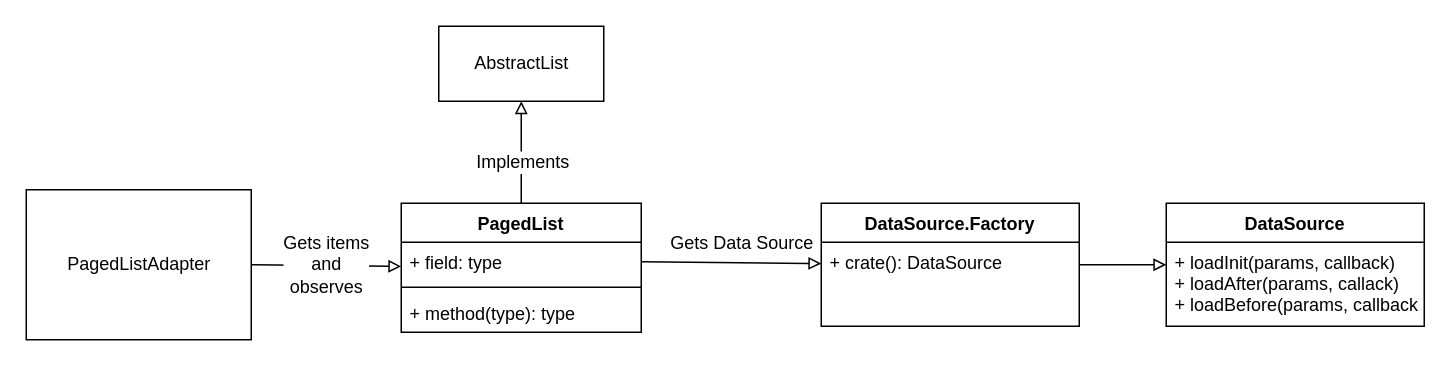
VysotskiVadim/VysotskiVadim.blog keeps this draw.io diagram as _diagrams/jetpack-paging-architecture.drawio. Above is the earlier version. Source tidied: cells renumbered, new cells numbered last; positions are measured from the earlier drawing's top-left corner, leaving out a move shared by most shapes. Both pictures are drawn from the tidied source at 150%, with x=0, y=0 at pixel (26, 26).
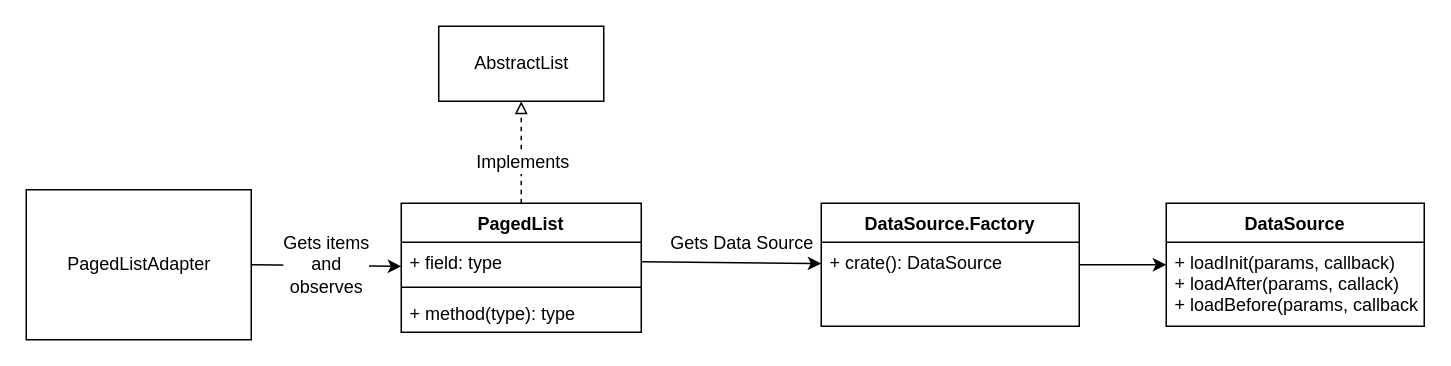
Above is the later version.

Unchanged cells that the change refers to:
```xml
<mxCell id="2" value="DataSource" style="swimlane;fontStyle=1;align=center;verticalAlign=top;horizontal=1;startSize=26;" parent="1" vertex="1">
  <mxGeometry x="760" y="118" width="172" height="82" as="geometry" />
</mxCell>
<mxCell id="4" value="DataSource.Factory" style="swimlane;fontStyle=1;align=center;verticalAlign=top;horizontal=1;startSize=26;" parent="1" vertex="1">
  <mxGeometry x="530" y="118" width="172" height="82" as="geometry" />
</mxCell>
<mxCell id="8" value="PagedList" style="swimlane;fontStyle=1;align=center;verticalAlign=top;horizontal=1;startSize=26;" parent="1" vertex="1">
  <mxGeometry x="250" y="118" width="160" height="86" as="geometry" />
</mxCell>
<mxCell id="9" value="+ field: type" style="text;strokeColor=none;fillColor=none;align=left;verticalAlign=top;spacingLeft=4;spacingRight=4;overflow=hidden;points=[[0,0.5],[1,0.5]];portConstraint=eastwest;" parent="8" vertex="1">
  <mxGeometry y="26" width="160" height="26" as="geometry" />
</mxCell>
<mxCell id="12" value="AbstractList" style="html=1;" parent="1" vertex="1">
  <mxGeometry x="275" width="110" height="50" as="geometry" />
</mxCell>
<mxCell id="15" value="PagedListAdapter" style="html=1;" parent="1" vertex="1">
  <mxGeometry y="109" width="150" height="100" as="geometry" />
</mxCell>
```

Change to the diagram source:
```diff
@@
-    <mxCell id="6" style="rounded=0;jettySize=auto;html=1;entryX=0.5;entryY=1;entryDx=0;entryDy=0;endArrow=block;endFill=0;" parent="1" edge="1" source="8" target="12">
+    <mxCell id="6" style="rounded=0;jettySize=auto;html=1;entryX=0.5;entryY=1;entryDx=0;entryDy=0;endArrow=block;endFill=0;dashed=1;" parent="1" edge="1" source="8" target="12">
       <mxGeometry relative="1" as="geometry" />
     </mxCell>
@@
-    <mxCell id="13" style="edgeStyle=none;rounded=0;jettySize=auto;html=1;exitX=1;exitY=0.5;exitDx=0;exitDy=0;endArrow=block;endFill=0;" parent="1" edge="1" source="15" target="8">
+    <mxCell id="13" style="edgeStyle=none;rounded=0;jettySize=auto;html=1;exitX=1;exitY=0.5;exitDx=0;exitDy=0;endArrow=classic;endFill=1;" parent="1" edge="1" source="15" target="8">
       <mxGeometry relative="1" as="geometry" />
     </mxCell>
@@
-    <mxCell id="16" style="edgeStyle=none;rounded=0;jettySize=auto;html=1;exitX=1;exitY=0.5;exitDx=0;exitDy=0;endArrow=block;endFill=0;" parent="1" edge="1" source="9" target="4">
+    <mxCell id="16" style="edgeStyle=none;rounded=0;jettySize=auto;html=1;exitX=1;exitY=0.5;exitDx=0;exitDy=0;endArrow=classic;endFill=1;" parent="1" edge="1" source="9" target="4">
       <mxGeometry relative="1" as="geometry" />
     </mxCell>
@@
-    <mxCell id="18" style="edgeStyle=none;rounded=0;jettySize=auto;html=1;endArrow=block;endFill=0;" parent="1" edge="1" source="4" target="2">
+    <mxCell id="18" style="edgeStyle=none;rounded=0;jettySize=auto;html=1;endArrow=classic;endFill=1;" parent="1" edge="1" source="4" target="2">
       <mxGeometry relative="1" as="geometry" />
     </mxCell>
```
